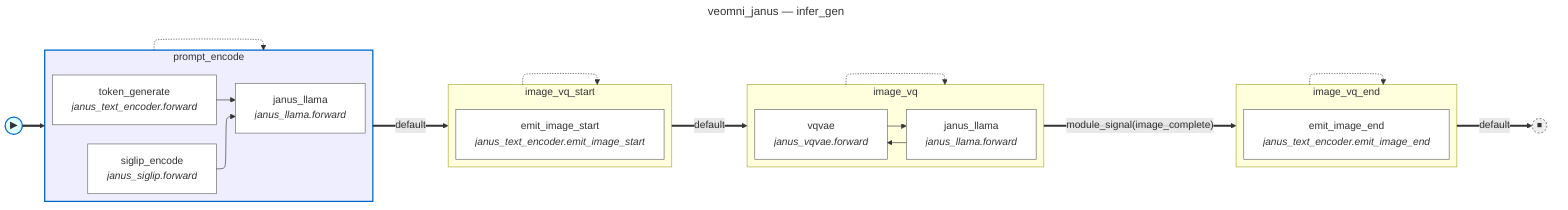
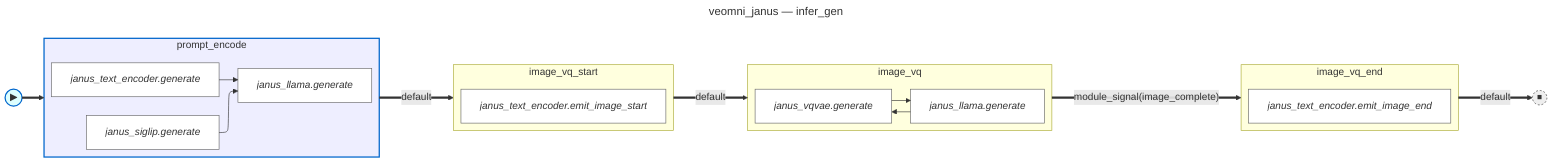
---
title: veomni_janus — infer_gen
---
%%{init: {'flowchart': {'defaultRenderer': 'elk'}}}%%
flowchart LR
    fsm_start(("▶")):::fsm_start
    fsm_done(("⏹")):::fsm_terminal
    subgraph state_prompt_encode [prompt_encode]
        direction LR
-         prompt_encode__siglip_encode["siglip_encode<br/><i>janus_siglip.forward</i>"]:::body_node
-         prompt_encode__janus_llama["janus_llama<br/><i>janus_llama.forward</i>"]:::body_node
-         prompt_encode__token_generate["token_generate<br/><i>janus_text_encoder.forward</i>"]:::body_node
-         prompt_encode__siglip_encode --> prompt_encode__janus_llama
-         prompt_encode__token_generate --> prompt_encode__janus_llama
+         prompt_encode__janus_siglip_generate["<i>janus_siglip.generate</i>"]:::body_node
+         prompt_encode__janus_llama_generate["<i>janus_llama.generate</i>"]:::body_node
+         prompt_encode__janus_text_encoder_generate["<i>janus_text_encoder.generate</i>"]:::body_node
+         prompt_encode__janus_siglip_generate --> prompt_encode__janus_llama_generate
+         prompt_encode__janus_text_encoder_generate --> prompt_encode__janus_llama_generate
    end
    subgraph state_image_vq_start [image_vq_start]
        direction LR
-         image_vq_start__emit_image_start["emit_image_start<br/><i>janus_text_encoder.emit_image_start</i>"]:::body_node
+         image_vq_start__janus_text_encoder_emit_image_start["<i>janus_text_encoder.emit_image_start</i>"]:::body_node
    end
    subgraph state_image_vq [image_vq]
        direction LR
-         image_vq__janus_llama["janus_llama<br/><i>janus_llama.forward</i>"]:::body_node
-         image_vq__vqvae["vqvae<br/><i>janus_vqvae.forward</i>"]:::body_node
-         image_vq__janus_llama --> image_vq__vqvae
-         image_vq__vqvae --> image_vq__janus_llama
+         image_vq__janus_llama_generate["<i>janus_llama.generate</i>"]:::body_node
+         image_vq__janus_vqvae_generate["<i>janus_vqvae.generate</i>"]:::body_node
+         image_vq__janus_llama_generate --> image_vq__janus_vqvae_generate
+         image_vq__janus_vqvae_generate --> image_vq__janus_llama_generate
    end
    subgraph state_image_vq_end [image_vq_end]
        direction LR
-         image_vq_end__emit_image_end["emit_image_end<br/><i>janus_text_encoder.emit_image_end</i>"]:::body_node
+         image_vq_end__janus_text_encoder_emit_image_end["<i>janus_text_encoder.emit_image_end</i>"]:::body_node
    end
-     state_prompt_encode -.-> state_prompt_encode
-     state_image_vq_start -.-> state_image_vq_start
-     state_image_vq -.-> state_image_vq
-     state_image_vq_end -.-> state_image_vq_end
    fsm_start ==> state_prompt_encode
    state_prompt_encode ==>|"default"| state_image_vq_start
    state_image_vq_start ==>|"default"| state_image_vq
    state_image_vq ==>|"module_signal(image_complete)"| state_image_vq_end
    state_image_vq_end ==>|"default"| fsm_done
    classDef body_node fill:#fff,stroke:#666
    classDef fsm_start fill:#dff,stroke:#06c,stroke-width:2px
    classDef fsm_terminal fill:#eee,stroke:#333,stroke-width:1px,stroke-dasharray:3 3
    style state_prompt_encode fill:#eef,stroke:#06c,stroke-width:2px
